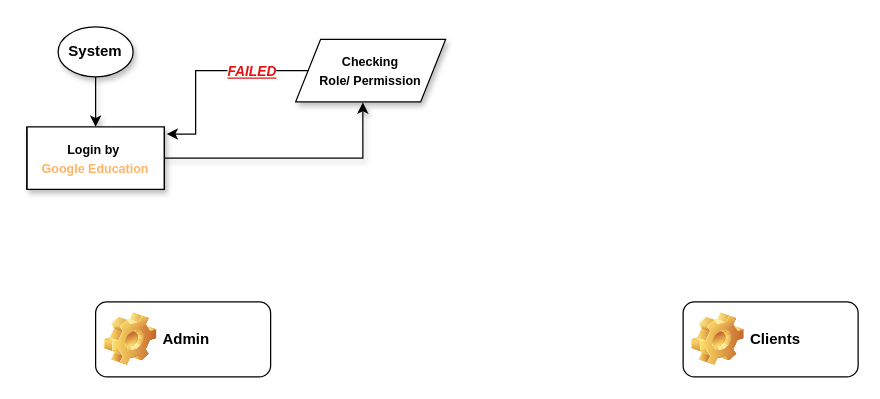
Above: ConclusionsManaged.drawio in Flax22/Flax22 (draw.io), before the change. Source tidied: cells renumbered, new cells numbered last; positions are measured from the earlier drawing's top-left corner, leaving out a move shared by most shapes. Both pictures are drawn from the tidied source at 125%, with x=0, y=0 at pixel (26, 26).
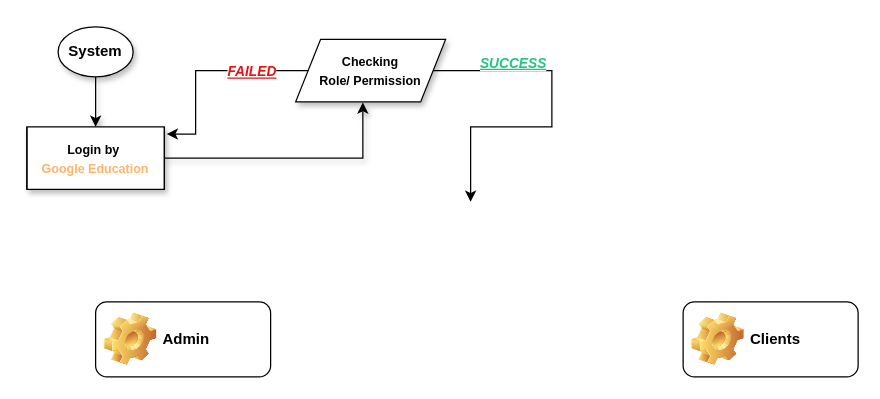
Above is the later version.

What changed in the source:
```diff
@@
 <mxGraphModel>
   <root>
     <mxCell id="0" />
     <mxCell id="1" parent="0" />
     <mxCell id="2" style="edgeStyle=orthogonalEdgeStyle;rounded=0;jettySize=auto;html=1;exitX=0.5;exitY=1;exitDx=0;exitDy=0;entryX=0.5;entryY=0;entryDx=0;entryDy=0;shadow=1;" parent="1" edge="1" source="3" target="5">
       <mxGeometry relative="1" as="geometry" />
     </mxCell>
     <mxCell id="3" value="&lt;b&gt;System&lt;/b&gt;" style="ellipse;whiteSpace=wrap;html=1;shadow=1;" parent="1" vertex="1">
       <mxGeometry x="25" width="60" height="40" as="geometry" />
     </mxCell>
     <mxCell id="4" style="edgeStyle=orthogonalEdgeStyle;rounded=0;jettySize=auto;html=1;exitX=1;exitY=0.5;exitDx=0;exitDy=0;entryX=0.448;entryY=1.008;entryDx=0;entryDy=0;shadow=1;entryPerimeter=0;" parent="1" edge="1" source="5" target="6">
       <mxGeometry relative="1" as="geometry" />
     </mxCell>
     <mxCell id="5" value="&lt;b&gt;&lt;font style=&quot;font-size: 10px;&quot;&gt;Login by&amp;nbsp;&lt;/font&gt;&lt;/b&gt;&lt;div&gt;&lt;b&gt;&lt;font style=&quot;font-size: 10px; color: rgb(255, 179, 102);&quot;&gt;Google Education&lt;/font&gt;&lt;/b&gt;&lt;/div&gt;" style="shape=process;whiteSpace=wrap;html=1;backgroundOutline=1;size=0;shadow=1;" parent="1" vertex="1">
       <mxGeometry y="80" width="110" height="50" as="geometry" />
     </mxCell>
     <mxCell id="6" value="&lt;b&gt;&lt;font style=&quot;font-size: 10px;&quot;&gt;Checking&lt;/font&gt;&lt;/b&gt;&lt;div&gt;&lt;b&gt;&lt;font style=&quot;font-size: 10px;&quot;&gt;Role/ Permission&lt;/font&gt;&lt;/b&gt;&lt;/div&gt;" style="shape=parallelogram;perimeter=parallelogramPerimeter;whiteSpace=wrap;html=1;fixedSize=1;shadow=1;" parent="1" vertex="1">
       <mxGeometry x="215" y="10" width="120" height="50" as="geometry" />
     </mxCell>
     <mxCell id="7" value="Admin" style="label;whiteSpace=wrap;html=1;image=img/clipart/Gear_128x128.png;" parent="1" vertex="1">
       <mxGeometry x="55" y="220" width="140" height="60" as="geometry" />
     </mxCell>
     <mxCell id="8" value="Clients" style="label;whiteSpace=wrap;html=1;image=img/clipart/Gear_128x128.png;" parent="1" vertex="1">
       <mxGeometry x="525" y="220" width="140" height="60" as="geometry" />
     </mxCell>
     <mxCell id="9" style="endArrow=classic;html=1;rounded=0;entryX=1.017;entryY=0.115;entryDx=0;entryDy=0;entryPerimeter=0;edgeStyle=orthogonalEdgeStyle;" parent="1" edge="1" source="6" target="5">
       <mxGeometry relative="1" as="geometry">
         <Array as="points">
           <mxPoint x="135" y="35" />
           <mxPoint x="135" y="86" />
         </Array>
       </mxGeometry>
     </mxCell>
     <mxCell id="10" value="&lt;b&gt;&lt;i&gt;&lt;u&gt;FAILED&lt;/u&gt;&lt;/i&gt;&lt;/b&gt;" style="edgeLabel;html=1;align=center;verticalAlign=middle;fontColor=light-dark(#e71313, #ededed);" parent="9" vertex="1">
       <mxGeometry relative="1" as="geometry">
         <mxPoint x="36" as="offset" />
       </mxGeometry>
     </mxCell>
+    <mxCell id="11" style="endArrow=classic;html=1;rounded=0;edgeStyle=orthogonalEdgeStyle;exitX=1;exitY=0.5;exitDx=0;exitDy=0;" parent="1" edge="1" source="6">
+      <mxGeometry relative="1" as="geometry">
+        <mxPoint x="355" y="140" as="targetPoint" />
+        <Array as="points">
+          <mxPoint x="420" y="35" />
+          <mxPoint x="420" y="80" />
+          <mxPoint x="355" y="80" />
+          <mxPoint x="355" y="140" />
+        </Array>
+      </mxGeometry>
+    </mxCell>
+    <mxCell id="12" value="&lt;b&gt;&lt;i&gt;&lt;u&gt;SUCCESS&lt;/u&gt;&lt;/i&gt;&lt;/b&gt;" style="edgeLabel;html=1;align=center;verticalAlign=middle;fontColor=light-dark(#22c385, #ededed);" parent="11" vertex="1">
+      <mxGeometry relative="1" as="geometry">
+        <mxPoint x="-32" y="-45" as="offset" />
+      </mxGeometry>
+    </mxCell>
   </root>
 </mxGraphModel>
```
